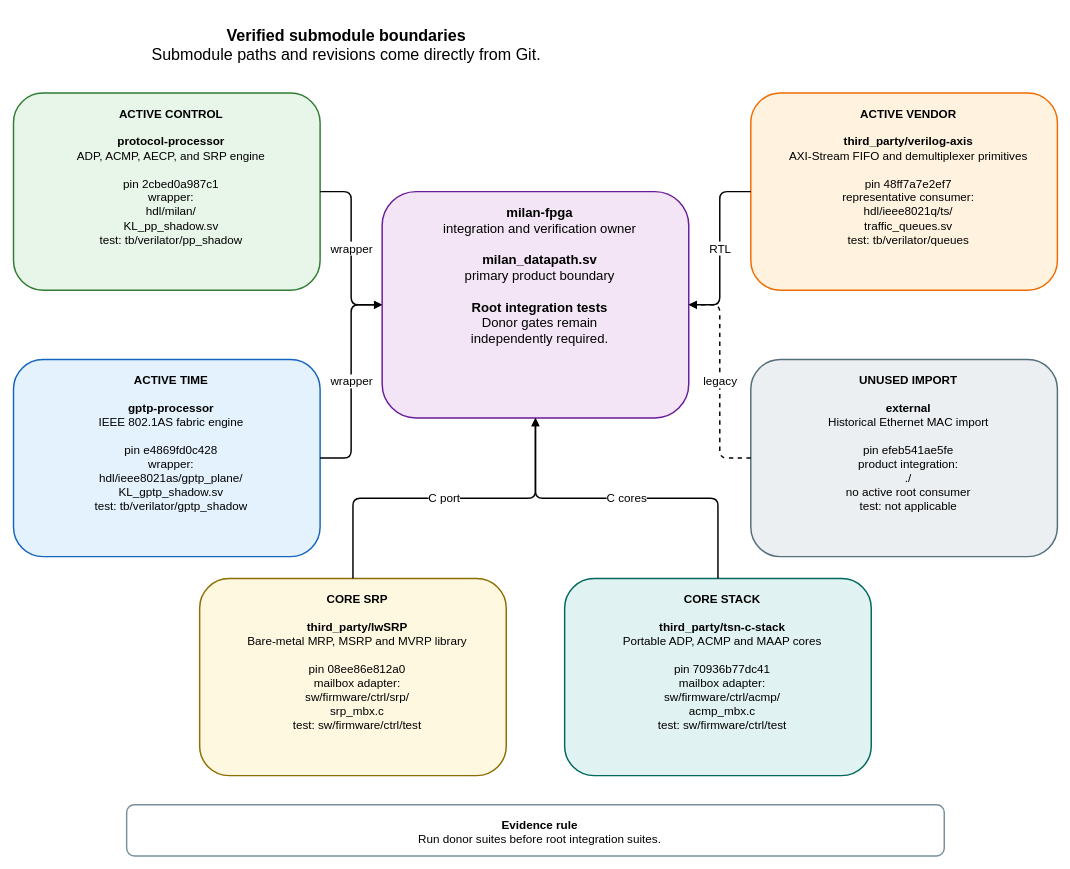
This is docs/diagrams/submodule_boundaries.drawio from kebag-logic/milan-fpga, a draw.io file, before an edit. Source tidied: cells renumbered, new cells numbered last; positions are measured from the earlier drawing's top-left corner, leaving out a move shared by most shapes. Both pictures are drawn from the tidied source at 73%, with x=0, y=0 at pixel (13, 12).
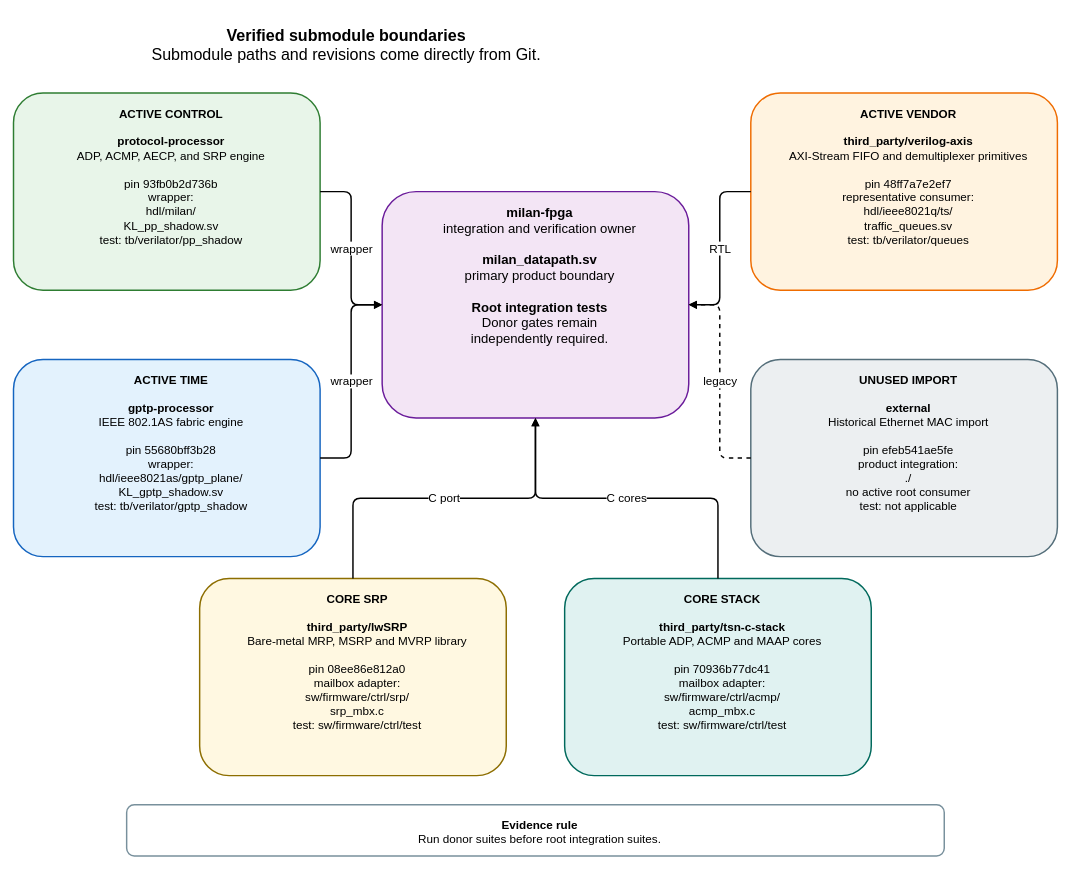
After the change.

The edit, as a diff of the source:
```diff
@@
 <mxGraphModel>
   <root>
     <mxCell id="0" />
     <mxCell id="1" parent="0" />
     <mxCell id="2" value="&lt;b&gt;Verified submodule boundaries&lt;/b&gt;&lt;br&gt;Submodule paths and revisions come directly from Git." style="rounded=1;whiteSpace=wrap;html=1;verticalAlign=top;spacingTop=12;spacingLeft=12;fontSize=22;fontFamily=Helvetica;fillColor=none;strokeColor=none;strokeWidth=2;" parent="1" vertex="1">
       <mxGeometry width="900" height="65" as="geometry" />
     </mxCell>
     <mxCell id="3" value="&lt;b&gt;milan-fpga&lt;/b&gt;&lt;br&gt;integration and verification owner&lt;br&gt;&lt;br&gt;&lt;b&gt;milan_datapath.sv&lt;/b&gt;&lt;br&gt;primary product boundary&lt;br&gt;&lt;br&gt;&lt;b&gt;Root integration tests&lt;/b&gt;&lt;br&gt;Donor gates remain&lt;br&gt;independently required." style="rounded=1;whiteSpace=wrap;html=1;verticalAlign=top;spacingTop=12;spacingLeft=12;fontSize=18;fontFamily=Helvetica;fillColor=#F3E5F5;strokeColor=#6A1B9A;strokeWidth=2;" parent="1" vertex="1">
       <mxGeometry x="505" y="245" width="420" height="310" as="geometry" />
     </mxCell>
-    <mxCell id="4" value="&lt;b&gt;ACTIVE CONTROL&lt;/b&gt;&lt;br&gt;&lt;br&gt;&lt;b&gt;protocol-processor&lt;/b&gt;&lt;br&gt;ADP, ACMP, AECP, and SRP engine&lt;br&gt;&lt;br&gt;pin 2cbed0a987c1&lt;br&gt;wrapper:&lt;br&gt;hdl/milan/&lt;br&gt;KL_pp_shadow.sv&lt;br&gt;test: tb/verilator/pp_shadow" style="rounded=1;whiteSpace=wrap;html=1;verticalAlign=top;spacingTop=12;spacingLeft=12;fontSize=16;fontFamily=Helvetica;fillColor=#E8F5E9;strokeColor=#2E7D32;strokeWidth=2;" parent="1" vertex="1">
+    <mxCell id="4" value="&lt;b&gt;ACTIVE CONTROL&lt;/b&gt;&lt;br&gt;&lt;br&gt;&lt;b&gt;protocol-processor&lt;/b&gt;&lt;br&gt;ADP, ACMP, AECP, and SRP engine&lt;br&gt;&lt;br&gt;pin 93fb0b2d736b&lt;br&gt;wrapper:&lt;br&gt;hdl/milan/&lt;br&gt;KL_pp_shadow.sv&lt;br&gt;test: tb/verilator/pp_shadow" style="rounded=1;whiteSpace=wrap;html=1;verticalAlign=top;spacingTop=12;spacingLeft=12;fontSize=16;fontFamily=Helvetica;fillColor=#E8F5E9;strokeColor=#2E7D32;strokeWidth=2;" parent="1" vertex="1">
       <mxGeometry y="110" width="420" height="270" as="geometry" />
     </mxCell>
-    <mxCell id="5" value="&lt;b&gt;ACTIVE TIME&lt;/b&gt;&lt;br&gt;&lt;br&gt;&lt;b&gt;gptp-processor&lt;/b&gt;&lt;br&gt;IEEE 802.1AS fabric engine&lt;br&gt;&lt;br&gt;pin e4869fd0c428&lt;br&gt;wrapper:&lt;br&gt;hdl/ieee8021as/gptp_plane/&lt;br&gt;KL_gptp_shadow.sv&lt;br&gt;test: tb/verilator/gptp_shadow" style="rounded=1;whiteSpace=wrap;html=1;verticalAlign=top;spacingTop=12;spacingLeft=12;fontSize=16;fontFamily=Helvetica;fillColor=#E3F2FD;strokeColor=#1565C0;strokeWidth=2;" parent="1" vertex="1">
+    <mxCell id="5" value="&lt;b&gt;ACTIVE TIME&lt;/b&gt;&lt;br&gt;&lt;br&gt;&lt;b&gt;gptp-processor&lt;/b&gt;&lt;br&gt;IEEE 802.1AS fabric engine&lt;br&gt;&lt;br&gt;pin 55680bff3b28&lt;br&gt;wrapper:&lt;br&gt;hdl/ieee8021as/gptp_plane/&lt;br&gt;KL_gptp_shadow.sv&lt;br&gt;test: tb/verilator/gptp_shadow" style="rounded=1;whiteSpace=wrap;html=1;verticalAlign=top;spacingTop=12;spacingLeft=12;fontSize=16;fontFamily=Helvetica;fillColor=#E3F2FD;strokeColor=#1565C0;strokeWidth=2;" parent="1" vertex="1">
       <mxGeometry y="475" width="420" height="270" as="geometry" />
     </mxCell>
     <mxCell id="6" value="&lt;b&gt;ACTIVE VENDOR&lt;/b&gt;&lt;br&gt;&lt;br&gt;&lt;b&gt;third_party/verilog-axis&lt;/b&gt;&lt;br&gt;AXI-Stream FIFO and demultiplexer primitives&lt;br&gt;&lt;br&gt;pin 48ff7a7e2ef7&lt;br&gt;representative consumer:&lt;br&gt;hdl/ieee8021q/ts/&lt;br&gt;traffic_queues.sv&lt;br&gt;test: tb/verilator/queues" style="rounded=1;whiteSpace=wrap;html=1;verticalAlign=top;spacingTop=12;spacingLeft=12;fontSize=16;fontFamily=Helvetica;fillColor=#FFF3E0;strokeColor=#EF6C00;strokeWidth=2;" parent="1" vertex="1">
       <mxGeometry x="1010" y="110" width="420" height="270" as="geometry" />
     </mxCell>
     <mxCell id="7" value="&lt;b&gt;UNUSED IMPORT&lt;/b&gt;&lt;br&gt;&lt;br&gt;&lt;b&gt;external&lt;/b&gt;&lt;br&gt;Historical Ethernet MAC import&lt;br&gt;&lt;br&gt;pin efeb541ae5fe&lt;br&gt;product integration:&lt;br&gt;./&lt;br&gt;no active root consumer&lt;br&gt;test: not applicable" style="rounded=1;whiteSpace=wrap;html=1;verticalAlign=top;spacingTop=12;spacingLeft=12;fontSize=16;fontFamily=Helvetica;fillColor=#ECEFF1;strokeColor=#546E7A;strokeWidth=2;" parent="1" vertex="1">
       <mxGeometry x="1010" y="475" width="420" height="270" as="geometry" />
     </mxCell>
     <mxCell id="8" value="&lt;b&gt;CORE SRP&lt;/b&gt;&lt;br&gt;&lt;br&gt;&lt;b&gt;third_party/lwSRP&lt;/b&gt;&lt;br&gt;Bare-metal MRP, MSRP and MVRP library&lt;br&gt;&lt;br&gt;pin 08ee86e812a0&lt;br&gt;mailbox adapter:&lt;br&gt;sw/firmware/ctrl/srp/&lt;br&gt;srp_mbx.c&lt;br&gt;test: sw/firmware/ctrl/test" style="rounded=1;whiteSpace=wrap;html=1;verticalAlign=top;spacingTop=12;spacingLeft=12;fontSize=16;fontFamily=Helvetica;fillColor=#FFF8E1;strokeColor=#8D6E00;strokeWidth=2;" parent="1" vertex="1">
       <mxGeometry x="255" y="775" width="420" height="270" as="geometry" />
     </mxCell>
     <mxCell id="9" value="&lt;b&gt;CORE STACK&lt;/b&gt;&lt;br&gt;&lt;br&gt;&lt;b&gt;third_party/tsn-c-stack&lt;/b&gt;&lt;br&gt;Portable ADP, ACMP and MAAP cores&lt;br&gt;&lt;br&gt;pin 70936b77dc41&lt;br&gt;mailbox adapter:&lt;br&gt;sw/firmware/ctrl/acmp/&lt;br&gt;acmp_mbx.c&lt;br&gt;test: sw/firmware/ctrl/test" style="rounded=1;whiteSpace=wrap;html=1;verticalAlign=top;spacingTop=12;spacingLeft=12;fontSize=16;fontFamily=Helvetica;fillColor=#E0F2F1;strokeColor=#00695C;strokeWidth=2;" parent="1" vertex="1">
       <mxGeometry x="755" y="775" width="420" height="270" as="geometry" />
     </mxCell>
     <mxCell id="10" value="wrapper" style="edgeStyle=orthogonalEdgeStyle;rounded=1;jettySize=auto;html=1;endArrow=block;endFill=1;strokeWidth=2;fontSize=16;fontFamily=Helvetica;labelBackgroundColor=#FFFFFF;" parent="1" edge="1" source="4" target="3">
       <mxGeometry relative="1" as="geometry" />
     </mxCell>
     <mxCell id="11" value="wrapper" style="edgeStyle=orthogonalEdgeStyle;rounded=1;jettySize=auto;html=1;endArrow=block;endFill=1;strokeWidth=2;fontSize=16;fontFamily=Helvetica;labelBackgroundColor=#FFFFFF;" parent="1" edge="1" source="5" target="3">
       <mxGeometry relative="1" as="geometry" />
     </mxCell>
     <mxCell id="12" value="RTL" style="edgeStyle=orthogonalEdgeStyle;rounded=1;jettySize=auto;html=1;endArrow=block;endFill=1;strokeWidth=2;fontSize=16;fontFamily=Helvetica;labelBackgroundColor=#FFFFFF;" parent="1" edge="1" source="6" target="3">
       <mxGeometry relative="1" as="geometry" />
     </mxCell>
     <mxCell id="13" value="legacy" style="edgeStyle=orthogonalEdgeStyle;rounded=1;jettySize=auto;html=1;endArrow=block;endFill=1;strokeWidth=2;fontSize=16;fontFamily=Helvetica;labelBackgroundColor=#FFFFFF;dashed=1;" parent="1" edge="1" source="7" target="3">
       <mxGeometry relative="1" as="geometry" />
     </mxCell>
     <mxCell id="14" value="C port" style="edgeStyle=orthogonalEdgeStyle;rounded=1;jettySize=auto;html=1;endArrow=block;endFill=1;strokeWidth=2;fontSize=16;fontFamily=Helvetica;labelBackgroundColor=#FFFFFF;" parent="1" edge="1" source="8" target="3">
       <mxGeometry relative="1" as="geometry" />
     </mxCell>
     <mxCell id="15" value="C cores" style="edgeStyle=orthogonalEdgeStyle;rounded=1;jettySize=auto;html=1;endArrow=block;endFill=1;strokeWidth=2;fontSize=16;fontFamily=Helvetica;labelBackgroundColor=#FFFFFF;" parent="1" edge="1" source="9" target="3">
       <mxGeometry relative="1" as="geometry" />
     </mxCell>
     <mxCell id="16" value="&lt;b&gt;Evidence rule&lt;/b&gt;&lt;br&gt;Run donor suites before root integration suites." style="rounded=1;whiteSpace=wrap;html=1;verticalAlign=top;spacingTop=12;spacingLeft=12;fontSize=16;fontFamily=Helvetica;fillColor=#FFFFFF;strokeColor=#78909C;strokeWidth=2;" parent="1" vertex="1">
       <mxGeometry x="155" y="1085" width="1120" height="70" as="geometry" />
     </mxCell>
   </root>
 </mxGraphModel>
```
